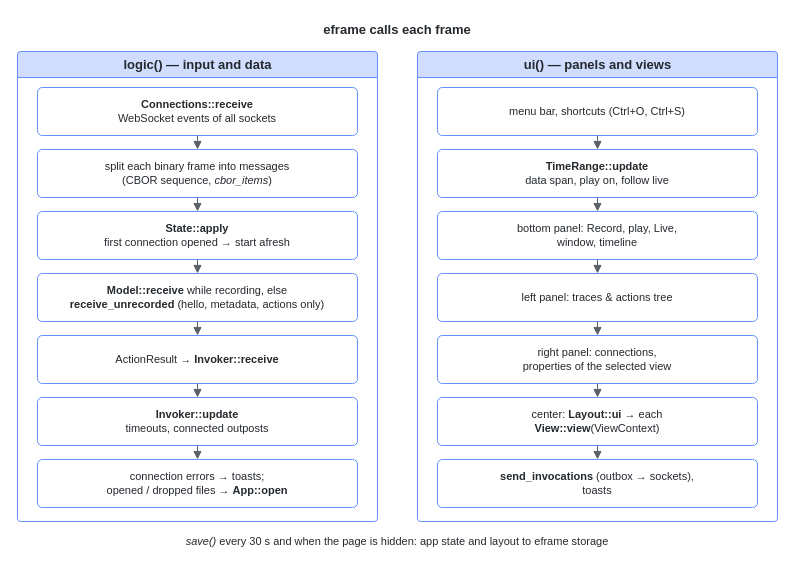
The draw.io diagram doc/source/diagrams/blip-frame.drawio in stefanluethi/blip, before the edit. Source tidied: cells renumbered, new cells numbered last; positions are measured from the earlier drawing's top-left corner, leaving out a move shared by most shapes. Both pictures are drawn from the tidied source at 100%, with x=0, y=0 at pixel (17, 17).
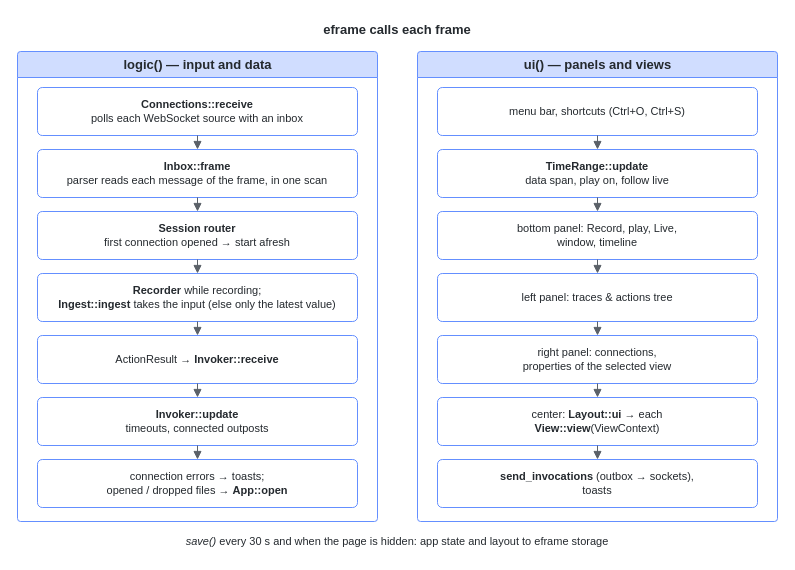
The same diagram, later.

Unchanged cells that the change refers to:
```xml
<mxCell id="3" value="&lt;b&gt;logic()&lt;/b&gt; — input and data" style="fontColor=#24292e;fontFamily=Fira Sans,Helvetica,Arial,sans-serif;swimlane;startSize=26;html=1;rounded=1;arcSize=4;fillColor=#d0ddff;strokeColor=#648fff;fontSize=13;swimlaneFillColor=none;" parent="1" vertex="1">
  <mxGeometry y="34" width="360" height="470" as="geometry" />
</mxCell>
```

What changed in the source:
```diff
@@
-    <mxCell id="4" value="&lt;b&gt;Connections::receive&lt;/b&gt;&lt;br&gt;WebSocket events of all sockets" style="fontColor=#24292e;fontFamily=Fira Sans,Helvetica,Arial,sans-serif;rounded=1;whiteSpace=wrap;html=1;arcSize=10;fillColor=#ffffff;strokeColor=#648fff;fontSize=12;fontSize=11;" parent="3" vertex="1">
+    <mxCell id="4" value="&lt;b&gt;Connections::receive&lt;/b&gt;&lt;br&gt;polls each WebSocket source with an inbox" style="fontColor=#24292e;fontFamily=Fira Sans,Helvetica,Arial,sans-serif;rounded=1;whiteSpace=wrap;html=1;arcSize=10;fillColor=#ffffff;strokeColor=#648fff;fontSize=12;fontSize=11;" parent="3" vertex="1">
       <mxGeometry x="20" y="36" width="320" height="48" as="geometry" />
     </mxCell>
-    <mxCell id="5" value="split each binary frame into messages&lt;br&gt;(CBOR sequence, &lt;i&gt;cbor_items&lt;/i&gt;)" style="fontColor=#24292e;fontFamily=Fira Sans,Helvetica,Arial,sans-serif;rounded=1;whiteSpace=wrap;html=1;arcSize=10;fillColor=#ffffff;strokeColor=#648fff;fontSize=12;fontSize=11;" parent="3" vertex="1">
+    <mxCell id="5" value="&lt;b&gt;Inbox::frame&lt;/b&gt;&lt;br&gt;parser reads each message of the frame, in one scan" style="fontColor=#24292e;fontFamily=Fira Sans,Helvetica,Arial,sans-serif;rounded=1;whiteSpace=wrap;html=1;arcSize=10;fillColor=#ffffff;strokeColor=#648fff;fontSize=12;fontSize=11;" parent="3" vertex="1">
       <mxGeometry x="20" y="98" width="320" height="48" as="geometry" />
     </mxCell>
@@
-    <mxCell id="7" value="&lt;b&gt;State::apply&lt;/b&gt;&lt;br&gt;first connection opened → start afresh" style="fontColor=#24292e;fontFamily=Fira Sans,Helvetica,Arial,sans-serif;rounded=1;whiteSpace=wrap;html=1;arcSize=10;fillColor=#ffffff;strokeColor=#648fff;fontSize=12;fontSize=11;" parent="3" vertex="1">
+    <mxCell id="7" value="&lt;b&gt;Session router&lt;/b&gt;&lt;br&gt;first connection opened → start afresh" style="fontColor=#24292e;fontFamily=Fira Sans,Helvetica,Arial,sans-serif;rounded=1;whiteSpace=wrap;html=1;arcSize=10;fillColor=#ffffff;strokeColor=#648fff;fontSize=12;fontSize=11;" parent="3" vertex="1">
       <mxGeometry x="20" y="160" width="320" height="48" as="geometry" />
     </mxCell>
@@
-    <mxCell id="9" value="&lt;b&gt;Model::receive&lt;/b&gt; while recording, else&lt;br&gt;&lt;b&gt;receive_unrecorded&lt;/b&gt; (hello, metadata, actions only)" style="fontColor=#24292e;fontFamily=Fira Sans,Helvetica,Arial,sans-serif;rounded=1;whiteSpace=wrap;html=1;arcSize=10;fillColor=#ffffff;strokeColor=#648fff;fontSize=12;fontSize=11;" parent="3" vertex="1">
+    <mxCell id="9" value="&lt;b&gt;Recorder&lt;/b&gt; while recording;&lt;br&gt;&lt;b&gt;Ingest::ingest&lt;/b&gt; takes the input (else only the latest value)" style="fontColor=#24292e;fontFamily=Fira Sans,Helvetica,Arial,sans-serif;rounded=1;whiteSpace=wrap;html=1;arcSize=10;fillColor=#ffffff;strokeColor=#648fff;fontSize=12;fontSize=11;" parent="3" vertex="1">
       <mxGeometry x="20" y="222" width="320" height="48" as="geometry" />
     </mxCell>
```
